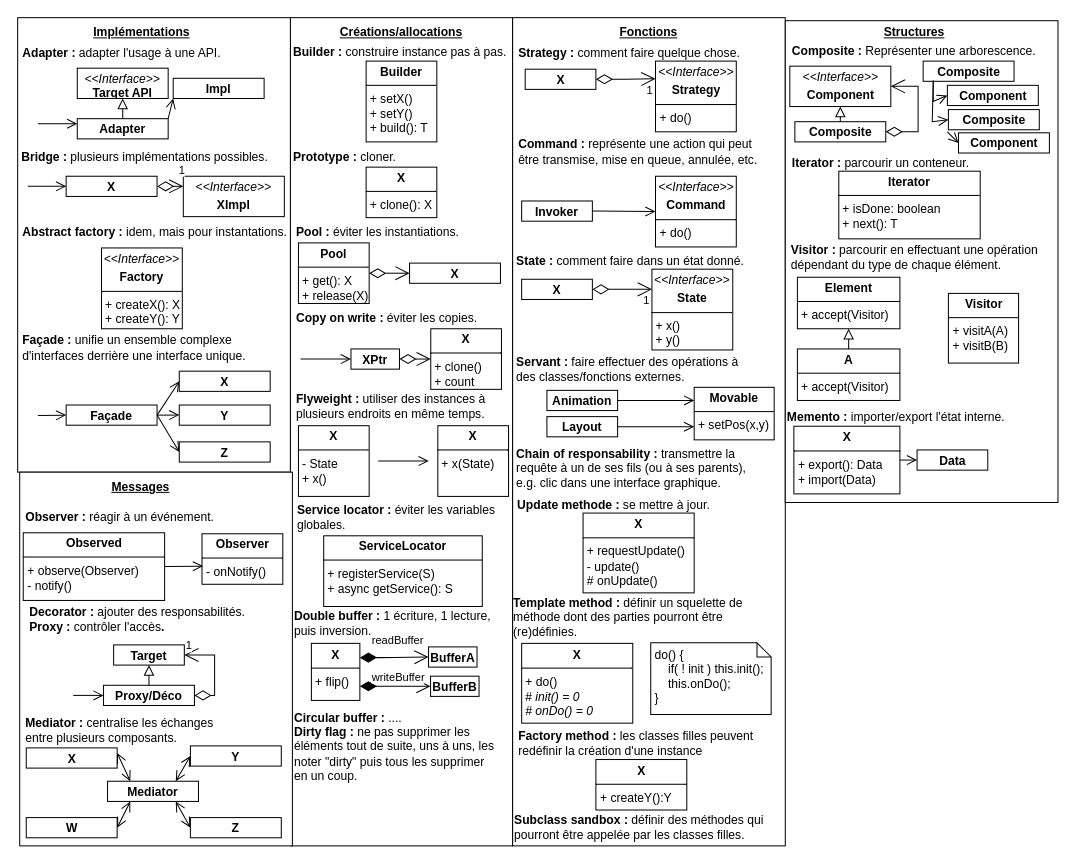
Before: src/pages/dev/R5-06-VCOD/cheat/DP/assets/DP.drawio in denis-migdal/Cours, a draw.io diagram. Source tidied: cells renumbered, new cells numbered last; positions are measured from the earlier drawing's top-left corner, leaving out a move shared by most shapes. Both pictures are drawn from the tidied source at 101%, with x=0, y=0 at pixel (17, 17).
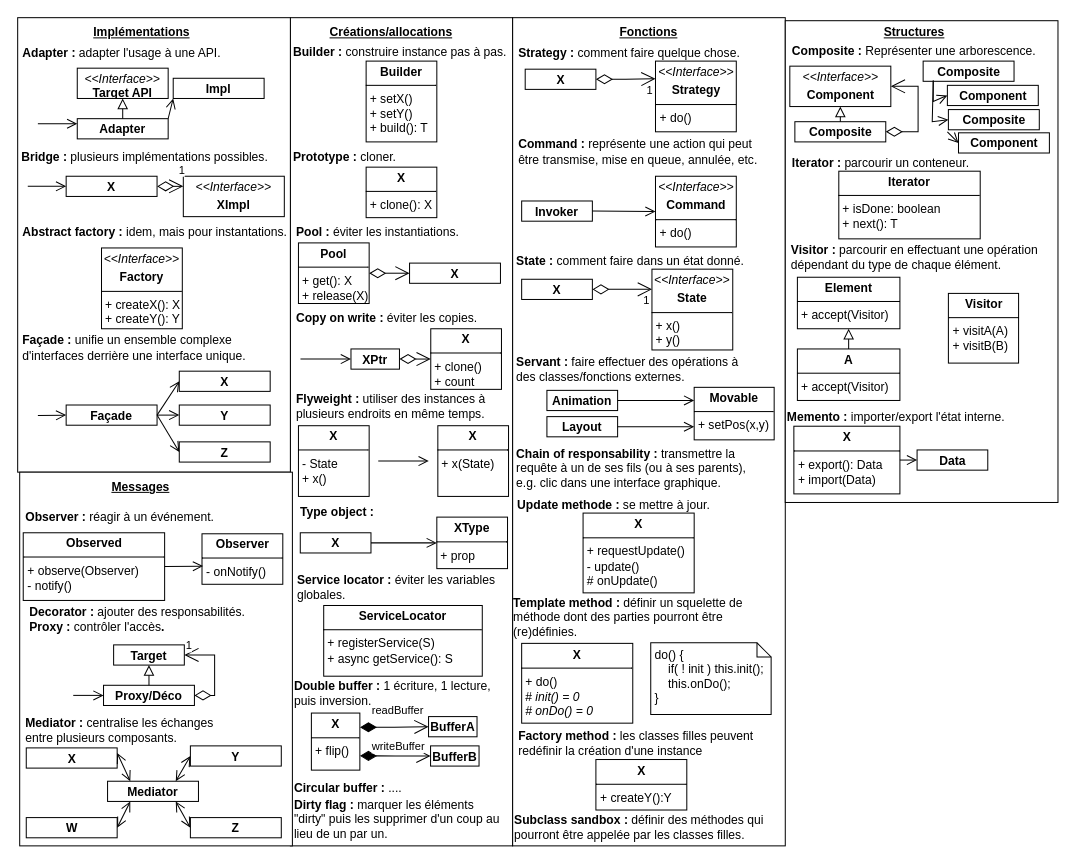
The same page after the edit.

Change to the diagram source:
```diff
@@
     <mxCell id="18" value="&lt;b&gt;&lt;u&gt;Créations/allocations&lt;/u&gt;&lt;/b&gt;" style="text;html=1;align=center;verticalAlign=middle;whiteSpace=wrap;rounded=0;" parent="1" vertex="1">
-      <mxGeometry x="350" width="60" height="30" as="geometry" />
+      <mxGeometry x="290" width="160" height="30" as="geometry" />
     </mxCell>
@@
     <mxCell id="46" value="&lt;b&gt;Service locator : &lt;/b&gt;éviter les variables globales." style="text;html=1;align=left;verticalAlign=middle;whiteSpace=wrap;rounded=0;" parent="1" vertex="1">
-      <mxGeometry x="275.2" y="480" width="216.5" height="30" as="geometry" />
+      <mxGeometry x="275.2" y="549" width="216.5" height="30" as="geometry" />
     </mxCell>
@@
     <mxCell id="95" value="&lt;b&gt;Double buffer : &lt;/b&gt;1 écriture, 1 lecture, puis inversion." style="text;html=1;align=left;verticalAlign=middle;whiteSpace=wrap;rounded=0;" parent="1" vertex="1">
-      <mxGeometry x="272.2" y="585" width="206.5" height="30" as="geometry" />
+      <mxGeometry x="272.2" y="654" width="206.5" height="30" as="geometry" />
     </mxCell>
     <mxCell id="96" value="&lt;p style=&quot;margin:0px;margin-top:4px;text-align:center;&quot;&gt;&lt;b&gt;BufferA&lt;/b&gt;&lt;/p&gt;&lt;p style=&quot;margin:0px;margin-left:4px;&quot;&gt;&lt;br&gt;&lt;/p&gt;" style="verticalAlign=top;align=left;overflow=fill;html=1;whiteSpace=wrap;" parent="1" vertex="1">
-      <mxGeometry x="406.8" y="623" width="48" height="20" as="geometry" />
+      <mxGeometry x="406.8" y="692" width="48" height="20" as="geometry" />
     </mxCell>
     <mxCell id="97" value="&lt;p style=&quot;margin:0px;margin-top:4px;text-align:center;&quot;&gt;&lt;b&gt;BufferB&lt;/b&gt;&lt;/p&gt;&lt;p style=&quot;margin:0px;margin-left:4px;&quot;&gt;&lt;br&gt;&lt;/p&gt;" style="verticalAlign=top;align=left;overflow=fill;html=1;whiteSpace=wrap;" parent="1" vertex="1">
-      <mxGeometry x="408.8" y="652" width="48" height="20" as="geometry" />
+      <mxGeometry x="408.8" y="721" width="48" height="20" as="geometry" />
     </mxCell>
     <mxCell id="98" value="&lt;p style=&quot;margin:0px;margin-top:4px;text-align:center;&quot;&gt;&lt;b&gt;X&lt;/b&gt;&lt;/p&gt;&lt;hr size=&quot;1&quot; style=&quot;border-style:solid;&quot;&gt;&lt;p style=&quot;margin:0px;margin-left:4px;&quot;&gt;&lt;/p&gt;&lt;p style=&quot;margin:0px;margin-left:4px;&quot;&gt;+ flip()&lt;/p&gt;" style="verticalAlign=top;align=left;overflow=fill;html=1;whiteSpace=wrap;" parent="1" vertex="1">
-      <mxGeometry x="290.8" y="619.5" width="48" height="56.5" as="geometry" />
+      <mxGeometry x="290.8" y="688.5" width="48" height="56.5" as="geometry" />
     </mxCell>
@@
     <mxCell id="101" value="&lt;b&gt;Circular buffer :&lt;/b&gt; ...." style="text;html=1;align=left;verticalAlign=middle;whiteSpace=wrap;rounded=0;" parent="1" vertex="1">
-      <mxGeometry x="272.2" y="679" width="206.5" height="30" as="geometry" />
+      <mxGeometry x="272.2" y="748" width="206.5" height="30" as="geometry" />
     </mxCell>
-    <mxCell id="102" value="&lt;b&gt;Dirty flag :&lt;/b&gt;&amp;nbsp;ne pas supprimer les éléments tout de suite, uns à uns, les noter &quot;dirty&quot; puis tous les supprimer en un coup." style="text;html=1;align=left;verticalAlign=middle;whiteSpace=wrap;rounded=0;" parent="1" vertex="1">
-      <mxGeometry x="272.2" y="714" width="206.5" height="30" as="geometry" />
+    <mxCell id="102" value="&lt;b&gt;Dirty flag :&lt;/b&gt;&amp;nbsp;marquer les éléments &quot;dirty&quot; puis les supprimer d'un coup au lieu de un par un." style="text;html=1;align=left;verticalAlign=middle;whiteSpace=wrap;rounded=0;" parent="1" vertex="1">
+      <mxGeometry x="272.2" y="771" width="206.5" height="46" as="geometry" />
     </mxCell>
@@
     <mxCell id="122" value="&lt;p style=&quot;margin:0px;margin-top:4px;text-align:center;&quot;&gt;&lt;b&gt;ServiceLocator&lt;/b&gt;&lt;/p&gt;&lt;hr size=&quot;1&quot; style=&quot;border-style:solid;&quot;&gt;&lt;p style=&quot;margin:0px;margin-left:4px;&quot;&gt;&lt;/p&gt;&lt;p style=&quot;margin:0px;margin-left:4px;&quot;&gt;+ registerService(S)&lt;br&gt;+ async getService(): S&lt;/p&gt;" style="verticalAlign=top;align=left;overflow=fill;html=1;whiteSpace=wrap;" parent="1" vertex="1">
-      <mxGeometry x="303" y="513" width="157" height="70" as="geometry" />
+      <mxGeometry x="303" y="582" width="157" height="70" as="geometry" />
     </mxCell>
@@
+    <mxCell id="133" value="&lt;b&gt;Type object :&amp;nbsp;&lt;/b&gt;" style="text;html=1;align=left;verticalAlign=middle;whiteSpace=wrap;rounded=0;" parent="1" vertex="1">
+      <mxGeometry x="278" y="480" width="216.5" height="20" as="geometry" />
+    </mxCell>
+    <mxCell id="134" value="&lt;p style=&quot;margin:0px;margin-top:4px;text-align:center;&quot;&gt;&lt;b&gt;X&lt;/b&gt;&lt;/p&gt;&lt;p style=&quot;margin:0px;margin-left:4px;&quot;&gt;&lt;br&gt;&lt;/p&gt;" style="verticalAlign=top;align=left;overflow=fill;html=1;whiteSpace=wrap;" parent="1" vertex="1">
+      <mxGeometry x="279.8" y="510" width="70" height="20" as="geometry" />
+    </mxCell>
+    <mxCell id="135" value="&lt;p style=&quot;margin:0px;margin-top:4px;text-align:center;&quot;&gt;&lt;b&gt;XType&lt;/b&gt;&lt;/p&gt;&lt;hr size=&quot;1&quot; style=&quot;border-style:solid;&quot;&gt;&lt;p style=&quot;margin:0px;margin-left:4px;&quot;&gt;&lt;/p&gt;&lt;p style=&quot;margin:0px;margin-left:4px;&quot;&gt;+ prop&lt;/p&gt;" style="verticalAlign=top;align=left;overflow=fill;html=1;whiteSpace=wrap;" parent="1" vertex="1">
+      <mxGeometry x="415" y="494.5" width="70" height="51" as="geometry" />
+    </mxCell>
+    <mxCell id="136" style="endArrow=open;startArrow=none;endFill=0;startFill=0;endSize=8;html=1;verticalAlign=bottom;labelBackgroundColor=none;strokeWidth=1;rounded=0;exitX=1;exitY=0.5;exitDx=0;exitDy=0;entryX=0;entryY=0.5;entryDx=0;entryDy=0;" parent="1" edge="1" source="134" target="135">
+      <mxGeometry relative="1" as="geometry" />
+    </mxCell>
```
